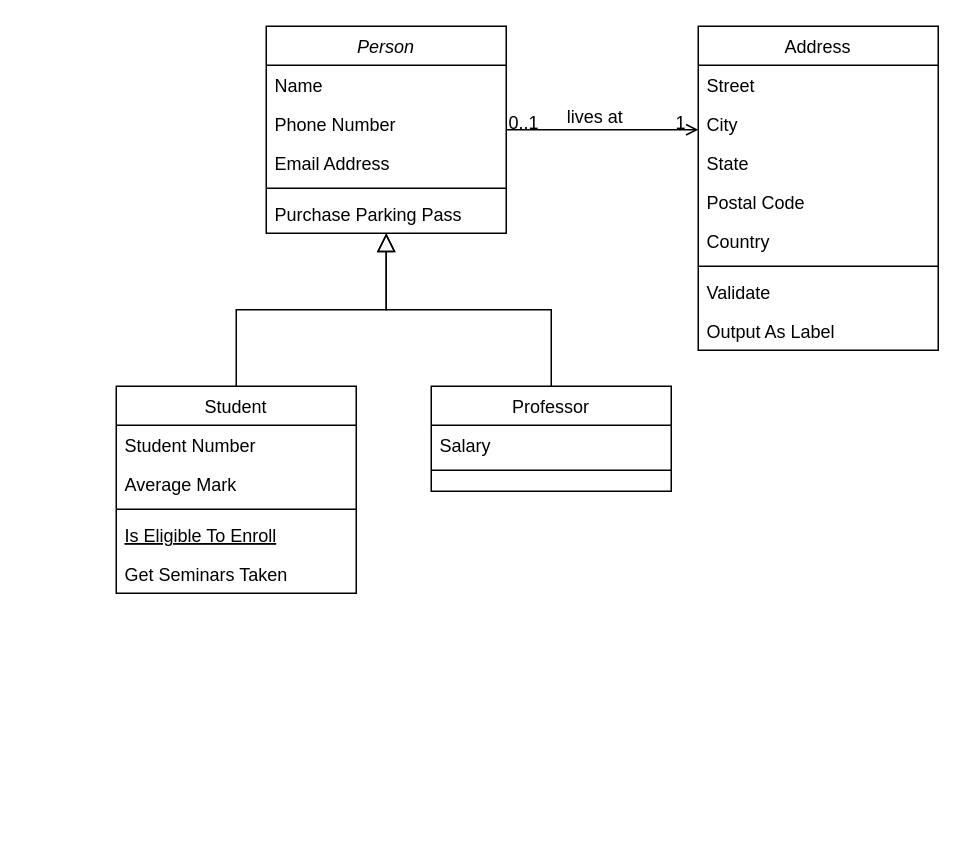
Above: .drawio in LeChatelier-Lenz/Impel-Down (draw.io), before the change. Source tidied: cells renumbered, new cells numbered last; positions are measured from the earlier drawing's top-left corner, leaving out a move shared by most shapes. Both pictures are drawn from the tidied source at 150%, with x=0, y=0 at pixel (116, 26).
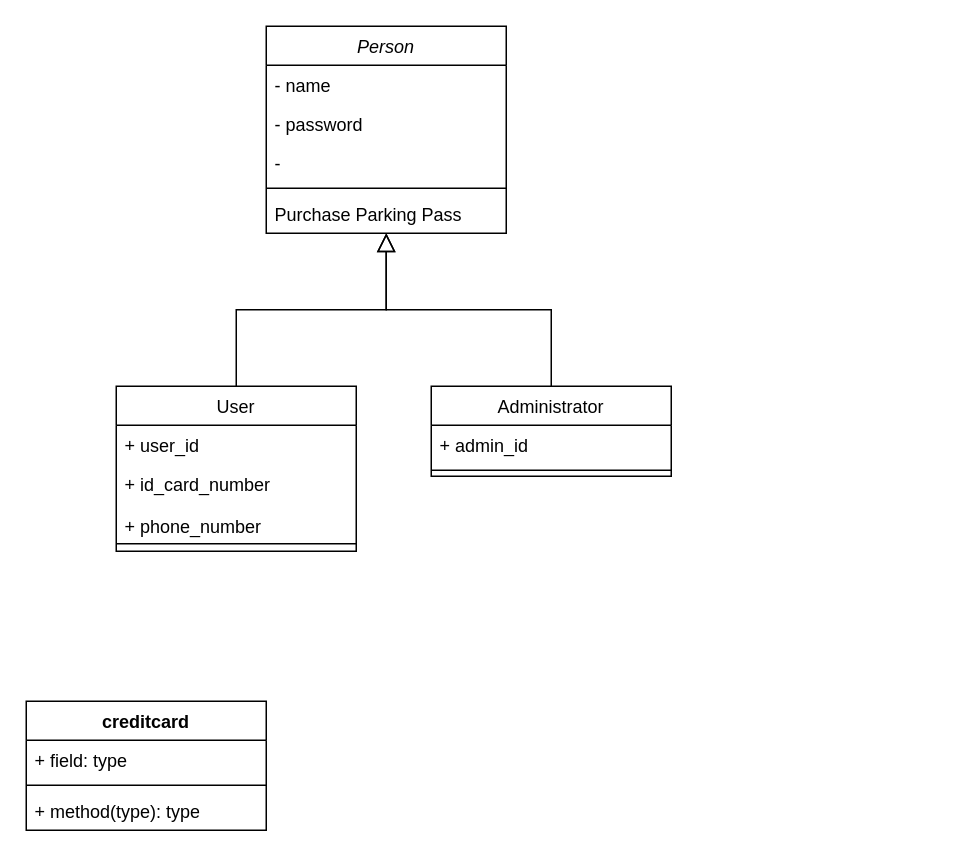
After the change.

The change refers to these unchanged cells:
```xml
<mxCell id="2" value="Person" style="swimlane;fontStyle=2;align=center;verticalAlign=top;horizontal=1;startSize=26;rounded=0;shadow=0;strokeWidth=1;" parent="1" vertex="1">
  <mxGeometry x="100" width="160" height="138" as="geometry" />
</mxCell>
```

Change to the diagram source:
```diff
@@
-    <mxCell id="3" value="Name" style="text;align=left;verticalAlign=top;spacingLeft=4;spacingRight=4;overflow=hidden;" parent="2" vertex="1">
+    <mxCell id="3" value="- name" style="text;align=left;verticalAlign=top;spacingLeft=4;spacingRight=4;overflow=hidden;" parent="2" vertex="1">
       <mxGeometry y="26" width="160" height="26" as="geometry" />
     </mxCell>
-    <mxCell id="4" value="Phone Number" style="text;align=left;verticalAlign=top;spacingLeft=4;spacingRight=4;overflow=hidden;rounded=0;shadow=0;html=0;" parent="2" vertex="1">
+    <mxCell id="4" value="- password" style="text;align=left;verticalAlign=top;spacingLeft=4;spacingRight=4;overflow=hidden;rounded=0;shadow=0;html=0;" parent="2" vertex="1">
       <mxGeometry y="52" width="160" height="26" as="geometry" />
     </mxCell>
-    <mxCell id="5" value="Email Address" style="text;align=left;verticalAlign=top;spacingLeft=4;spacingRight=4;overflow=hidden;rounded=0;shadow=0;html=0;" parent="2" vertex="1">
+    <mxCell id="5" value="- " style="text;align=left;verticalAlign=top;spacingLeft=4;spacingRight=4;overflow=hidden;rounded=0;shadow=0;html=0;" parent="2" vertex="1">
       <mxGeometry y="78" width="160" height="26" as="geometry" />
     </mxCell>
@@
-    <mxCell id="8" value="Student" style="swimlane;fontStyle=0;align=center;verticalAlign=top;horizontal=1;startSize=26;rounded=0;shadow=0;strokeWidth=1;" parent="1" vertex="1">
-      <mxGeometry y="240" width="160" height="138" as="geometry" />
+    <mxCell id="8" value="User" style="swimlane;fontStyle=0;align=center;verticalAlign=top;horizontal=1;startSize=26;rounded=0;shadow=0;strokeWidth=1;" parent="1" vertex="1">
+      <mxGeometry y="240" width="160" height="110" as="geometry" />
     </mxCell>
-    <mxCell id="9" value="Student Number" style="text;align=left;verticalAlign=top;spacingLeft=4;spacingRight=4;overflow=hidden;" parent="8" vertex="1">
+    <mxCell id="9" value="+ user_id" style="text;align=left;verticalAlign=top;spacingLeft=4;spacingRight=4;overflow=hidden;" parent="8" vertex="1">
       <mxGeometry y="26" width="160" height="26" as="geometry" />
     </mxCell>
-    <mxCell id="10" value="Average Mark" style="text;align=left;verticalAlign=top;spacingLeft=4;spacingRight=4;overflow=hidden;rounded=0;shadow=0;html=0;" parent="8" vertex="1">
-      <mxGeometry y="52" width="160" height="26" as="geometry" />
+    <mxCell id="10" value="+ id_card_number&#10;" style="text;align=left;verticalAlign=top;spacingLeft=4;spacingRight=4;overflow=hidden;rounded=0;shadow=0;html=0;" parent="8" vertex="1">
+      <mxGeometry y="52" width="160" height="28" as="geometry" />
     </mxCell>
+    <mxCell id="32" value="+ phone_number&#10;" style="text;align=left;verticalAlign=top;spacingLeft=4;spacingRight=4;overflow=hidden;rounded=0;shadow=0;html=0;" parent="8" vertex="1">
+      <mxGeometry y="80" width="160" height="20" as="geometry" />
+    </mxCell>
     <mxCell id="11" style="line;html=1;strokeWidth=1;align=left;verticalAlign=middle;spacingTop=-1;spacingLeft=3;spacingRight=3;labelPosition=right;" parent="8" vertex="1">
-      <mxGeometry y="78" width="160" height="8" as="geometry" />
+      <mxGeometry y="100" width="160" height="10" as="geometry" />
     </mxCell>
-    <mxCell id="12" value="Is Eligible To Enroll" style="text;align=left;verticalAlign=top;spacingLeft=4;spacingRight=4;overflow=hidden;fontStyle=4;" parent="8" vertex="1">
-      <mxGeometry y="86" width="160" height="26" as="geometry" />
-    </mxCell>
-    <mxCell id="13" value="Get Seminars Taken" style="text;align=left;verticalAlign=top;spacingLeft=4;spacingRight=4;overflow=hidden;" parent="8" vertex="1">
-      <mxGeometry y="112" width="160" height="26" as="geometry" />
-    </mxCell>
@@
-    <mxCell id="15" value="Professor" style="swimlane;fontStyle=0;align=center;verticalAlign=top;horizontal=1;startSize=26;rounded=0;shadow=0;strokeWidth=1;" parent="1" vertex="1">
-      <mxGeometry x="210" y="240" width="160" height="70" as="geometry" />
+    <mxCell id="15" value="Administrator" style="swimlane;fontStyle=0;align=center;verticalAlign=top;horizontal=1;startSize=26;rounded=0;shadow=0;strokeWidth=1;" parent="1" vertex="1">
+      <mxGeometry x="210" y="240" width="160" height="60" as="geometry" />
     </mxCell>
-    <mxCell id="16" value="Salary" style="text;align=left;verticalAlign=top;spacingLeft=4;spacingRight=4;overflow=hidden;" parent="15" vertex="1">
+    <mxCell id="16" value="+ admin_id" style="text;align=left;verticalAlign=top;spacingLeft=4;spacingRight=4;overflow=hidden;" parent="15" vertex="1">
       <mxGeometry y="26" width="160" height="26" as="geometry" />
     </mxCell>
@@
-    <mxCell id="19" value="Address" style="swimlane;fontStyle=0;align=center;verticalAlign=top;horizontal=1;startSize=26;rounded=0;shadow=0;strokeWidth=1;" parent="1" vertex="1">
-      <mxGeometry x="388" width="160" height="216" as="geometry" />
-    </mxCell>
-    <mxCell id="20" value="Street" style="text;align=left;verticalAlign=top;spacingLeft=4;spacingRight=4;overflow=hidden;" parent="19" vertex="1">
-      <mxGeometry y="26" width="160" height="26" as="geometry" />
-    </mxCell>
-    <mxCell id="21" value="City" style="text;align=left;verticalAlign=top;spacingLeft=4;spacingRight=4;overflow=hidden;rounded=0;shadow=0;html=0;" parent="19" vertex="1">
-      <mxGeometry y="52" width="160" height="26" as="geometry" />
-    </mxCell>
-    <mxCell id="22" value="State" style="text;align=left;verticalAlign=top;spacingLeft=4;spacingRight=4;overflow=hidden;rounded=0;shadow=0;html=0;" parent="19" vertex="1">
-      <mxGeometry y="78" width="160" height="26" as="geometry" />
-    </mxCell>
-    <mxCell id="23" value="Postal Code" style="text;align=left;verticalAlign=top;spacingLeft=4;spacingRight=4;overflow=hidden;rounded=0;shadow=0;html=0;" parent="19" vertex="1">
-      <mxGeometry y="104" width="160" height="26" as="geometry" />
-    </mxCell>
-    <mxCell id="24" value="Country" style="text;align=left;verticalAlign=top;spacingLeft=4;spacingRight=4;overflow=hidden;rounded=0;shadow=0;html=0;" parent="19" vertex="1">
-      <mxGeometry y="130" width="160" height="26" as="geometry" />
-    </mxCell>
-    <mxCell id="25" style="line;html=1;strokeWidth=1;align=left;verticalAlign=middle;spacingTop=-1;spacingLeft=3;spacingRight=3;labelPosition=right;" parent="19" vertex="1">
-      <mxGeometry y="156" width="160" height="8" as="geometry" />
-    </mxCell>
-    <mxCell id="26" value="Validate" style="text;align=left;verticalAlign=top;spacingLeft=4;spacingRight=4;overflow=hidden;" parent="19" vertex="1">
-      <mxGeometry y="164" width="160" height="26" as="geometry" />
-    </mxCell>
-    <mxCell id="27" value="Output As Label" style="text;align=left;verticalAlign=top;spacingLeft=4;spacingRight=4;overflow=hidden;" parent="19" vertex="1">
-      <mxGeometry y="190" width="160" height="26" as="geometry" />
-    </mxCell>
-    <mxCell id="28" style="endArrow=open;shadow=0;strokeWidth=1;rounded=0;curved=0;endFill=1;edgeStyle=elbowEdgeStyle;elbow=vertical;" parent="1" edge="1" source="2" target="19">
-      <mxGeometry x="0.5" y="41" relative="1" as="geometry">
-        <mxPoint x="-40" y="32" as="offset" />
-      </mxGeometry>
-    </mxCell>
-    <mxCell id="29" value="0..1" style="align=left;verticalAlign=bottom;labelBackgroundColor=none;fontSize=12;" parent="28" vertex="1">
-      <mxGeometry x="-1" relative="1" as="geometry">
-        <mxPoint y="4" as="offset" />
-      </mxGeometry>
-    </mxCell>
-    <mxCell id="30" value="1" style="align=right;verticalAlign=bottom;labelBackgroundColor=none;fontSize=12;" parent="28" vertex="1">
-      <mxGeometry x="1" relative="1" as="geometry">
-        <mxPoint x="-7" y="4" as="offset" />
-      </mxGeometry>
-    </mxCell>
-    <mxCell id="31" value="lives at" style="text;html=1;align=center;verticalAlign=middle;labelBackgroundColor=none;rounded=0;shadow=0;strokeWidth=1;fontSize=12;" parent="28" vertex="1">
-      <mxGeometry x="0.5" y="49" relative="1" as="geometry">
-        <mxPoint x="-38" y="40" as="offset" />
-      </mxGeometry>
-    </mxCell>
+    <mxCell id="33" value="creditcard" style="swimlane;fontStyle=1;align=center;verticalAlign=top;horizontal=1;startSize=26;whiteSpace=wrap;html=1;" parent="1" vertex="1">
+      <mxGeometry x="-60" y="450" width="160" height="86" as="geometry" />
+    </mxCell>
+    <mxCell id="34" value="+ field: type" style="text;strokeColor=none;fillColor=none;align=left;verticalAlign=top;spacingLeft=4;spacingRight=4;overflow=hidden;whiteSpace=wrap;html=1;" parent="33" vertex="1">
+      <mxGeometry y="26" width="160" height="26" as="geometry" />
+    </mxCell>
+    <mxCell id="35" style="line;strokeWidth=1;fillColor=none;align=left;verticalAlign=middle;spacingTop=-1;spacingLeft=3;spacingRight=3;labelPosition=right;strokeColor=inherit;" parent="33" vertex="1">
+      <mxGeometry y="52" width="160" height="8" as="geometry" />
+    </mxCell>
+    <mxCell id="36" value="+ method(type): type" style="text;strokeColor=none;fillColor=none;align=left;verticalAlign=top;spacingLeft=4;spacingRight=4;overflow=hidden;whiteSpace=wrap;html=1;" parent="33" vertex="1">
+      <mxGeometry y="60" width="160" height="26" as="geometry" />
+    </mxCell>
```
